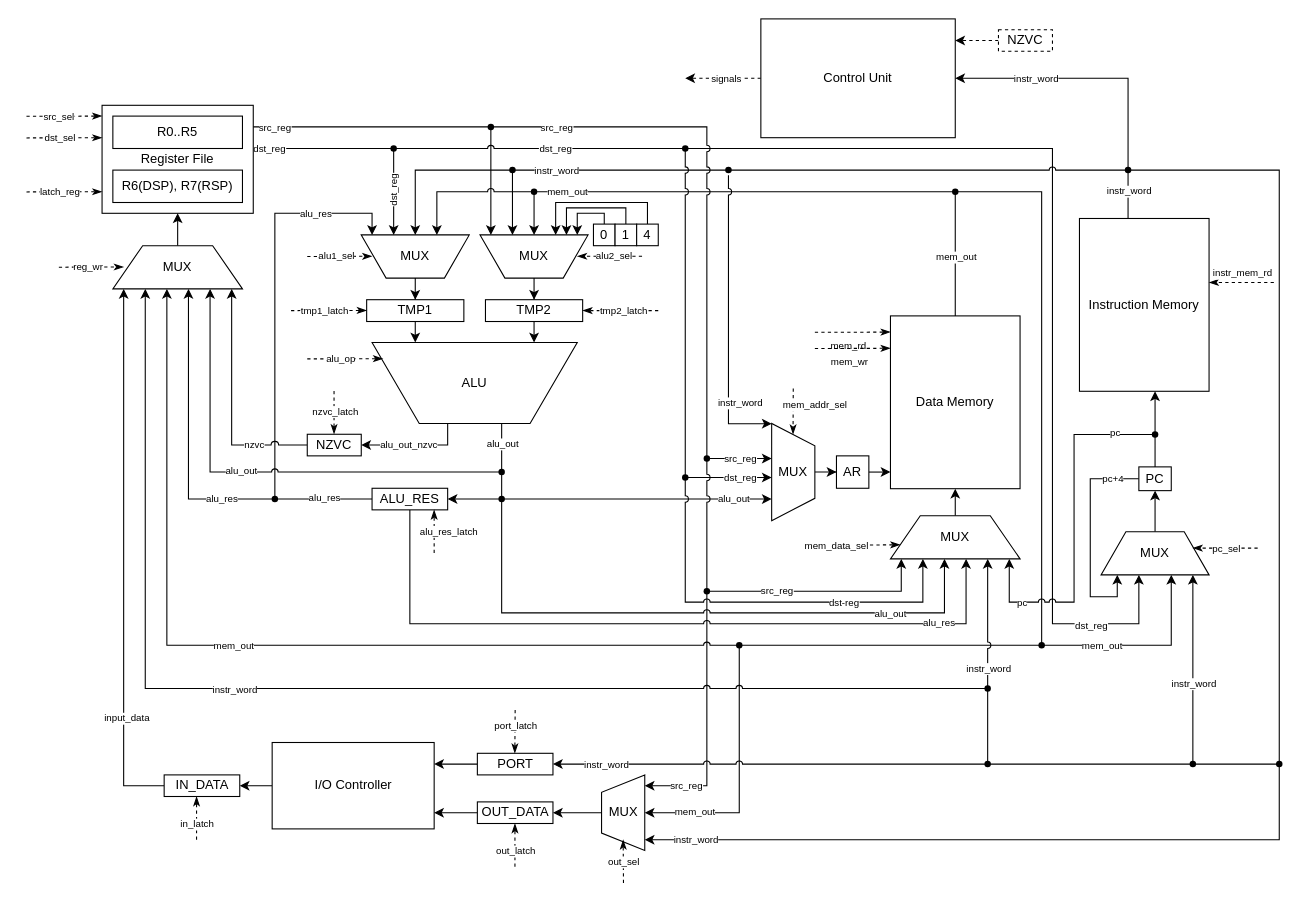
Earlier version of the draw.io diagram scheme/csa_lab4_datapath_scheme.drawio (xtern0o/csa_lab4). Source tidied: cells renumbered, new cells numbered last; positions are measured from the earlier drawing's top-left corner, leaving out a move shared by most shapes. Both pictures are drawn from the tidied source at 108%, with x=0, y=0 at pixel (26, 18).
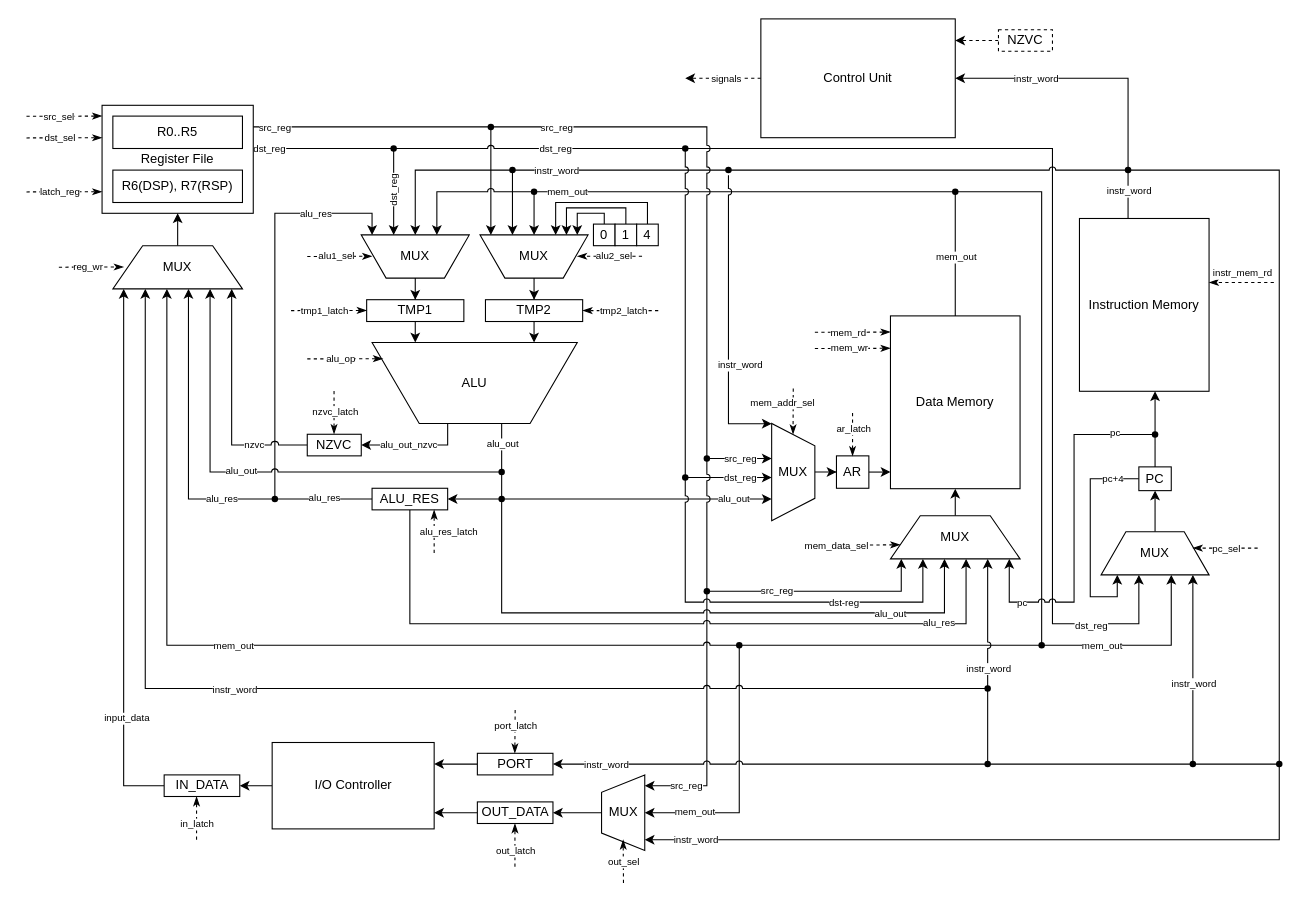
Above is the later version.

Commit message (it also covers changes not shown here):
[feat] hlt microcode

Unchanged cells that the change refers to:
```xml
<mxCell id="70" style="endArrow=classicThin;html=1;rounded=0;dashed=1;endFill=1;" parent="1" edge="1">
  <mxGeometry relative="1" as="geometry">
    <mxPoint x="730" y="290.2" as="sourcePoint" />
    <mxPoint x="800" y="290" as="targetPoint" />
  </mxGeometry>
</mxCell>
<mxCell id="72" style="endArrow=classicThin;html=1;rounded=0;dashed=1;endFill=1;" parent="1" edge="1">
  <mxGeometry relative="1" as="geometry">
    <mxPoint x="730" y="305.2" as="sourcePoint" />
    <mxPoint x="800" y="305" as="targetPoint" />
  </mxGeometry>
</mxCell>
<mxCell id="76" style="endArrow=classicThin;html=1;rounded=0;dashed=1;endFill=1;" parent="1" edge="1">
  <mxGeometry relative="1" as="geometry">
    <mxPoint x="710" y="342.3" as="sourcePoint" />
    <mxPoint x="709.8" y="384.6" as="targetPoint" />
  </mxGeometry>
</mxCell>
<mxCell id="153" style="edgeStyle=orthogonalEdgeStyle;rounded=0;orthogonalLoop=1;jettySize=auto;html=1;jumpStyle=arc;" parent="1" edge="1">
  <mxGeometry relative="1" as="geometry">
    <mxPoint x="650" y="144.8" as="sourcePoint" />
    <mxPoint x="690" y="374.8" as="targetPoint" />
    <Array as="points">
      <mxPoint x="650" y="374.8" />
    </Array>
  </mxGeometry>
</mxCell>
```

Diff of the diagram source:
```diff
@@
     <mxCell id="71" value="mem_rd" style="edgeLabel;html=1;align=center;verticalAlign=middle;fontSize=9;" parent="70" vertex="1">
       <mxGeometry x="-0.3" y="1" relative="1" as="geometry">
-        <mxPoint x="6" y="13" as="offset" />
+        <mxPoint x="6" y="1" as="offset" />
       </mxGeometry>
     </mxCell>
@@
     <mxCell id="73" value="mem_wr" style="edgeLabel;html=1;align=center;verticalAlign=middle;fontSize=9;" parent="72" vertex="1">
       <mxGeometry x="-0.3" y="1" relative="1" as="geometry">
-        <mxPoint x="7" y="13" as="offset" />
+        <mxPoint x="7" as="offset" />
       </mxGeometry>
     </mxCell>
@@
     <mxCell id="77" value="mem_addr_sel" style="edgeLabel;html=1;align=center;verticalAlign=middle;fontSize=9;" parent="76" vertex="1">
       <mxGeometry x="-0.3" y="1" relative="1" as="geometry">
-        <mxPoint x="19" as="offset" />
+        <mxPoint x="-11" y="-2" as="offset" />
       </mxGeometry>
     </mxCell>
@@
     <mxCell id="154" value="instr_word" style="edgeLabel;html=1;align=center;verticalAlign=middle;fontSize=9;" parent="153" vertex="1">
       <mxGeometry x="0.53" relative="1" as="geometry">
-        <mxPoint x="10" y="4" as="offset" />
+        <mxPoint x="10" y="-31" as="offset" />
       </mxGeometry>
     </mxCell>
@@
+    <mxCell id="212" style="endArrow=classicThin;html=1;rounded=0;dashed=1;endFill=1;" parent="1" edge="1">
+      <mxGeometry relative="1" as="geometry">
+        <mxPoint x="764.9" y="364.9" as="sourcePoint" />
+        <mxPoint x="764.9" y="404.7" as="targetPoint" />
+      </mxGeometry>
+    </mxCell>
+    <mxCell id="213" value="ar_latch" style="edgeLabel;html=1;align=center;verticalAlign=middle;fontSize=9;" parent="212" vertex="1">
+      <mxGeometry x="-0.3" y="1" relative="1" as="geometry">
+        <mxPoint y="1" as="offset" />
+      </mxGeometry>
+    </mxCell>
```
